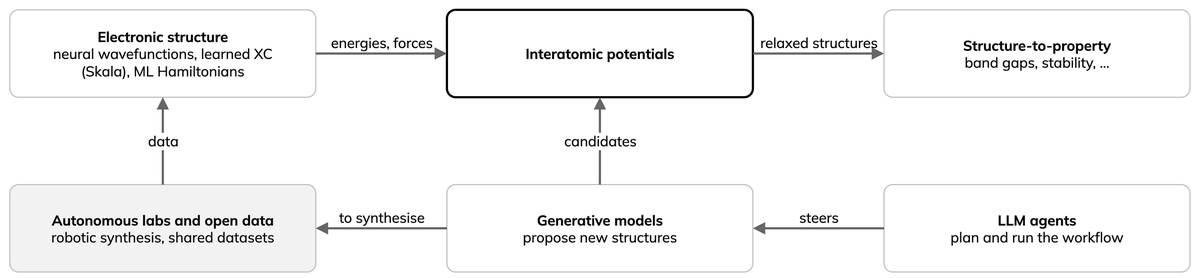
Before: _static/bg-ai-families.drawio.png, a diagram exported from draw.io (ENCCS/mlip-hands-on). Source tidied: cells renumbered, new cells last; positions are measured from the earlier drawing's top-left corner, leaving out a move shared by most shapes.
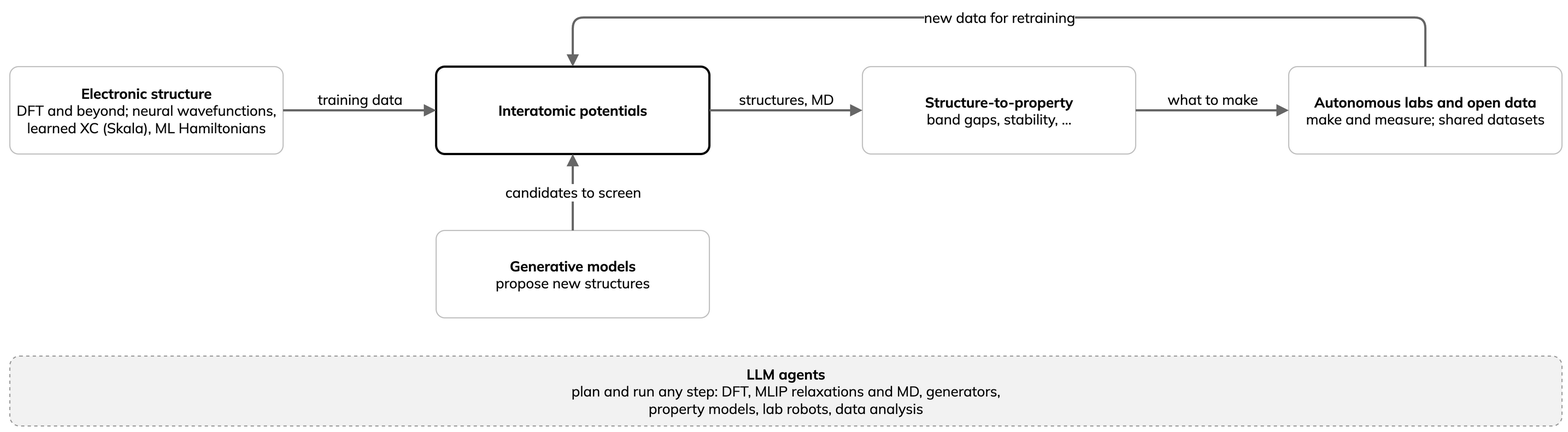
The same file after the commit.

Commit message:
Redraw AI-families flow with agents across all steps

What changed in the source:
```diff
@@ -2,41 +2,43 @@
   <root>
     <mxCell id="0" />
     <mxCell id="1" parent="0" />
-    <mxCell id="2" value="&lt;b&gt;Electronic structure&lt;/b&gt;&lt;br&gt;neural wavefunctions, learned XC&lt;br&gt;(Skala), ML Hamiltonians" style="rounded=1;whiteSpace=wrap;html=1;arcSize=10;fillColor=#FFFFFF;strokeColor=#BFBFBF;fontFamily=Mulish;fontSize=13;fontColor=#000000;" parent="1" vertex="1">
-      <mxGeometry width="280" height="80" as="geometry" />
+    <mxCell id="2" value="&lt;b&gt;Electronic structure&lt;/b&gt;&lt;br&gt;DFT and beyond; neural wavefunctions,&lt;br&gt;learned XC (Skala), ML Hamiltonians" style="rounded=1;whiteSpace=wrap;html=1;arcSize=10;fillColor=#FFFFFF;strokeColor=#BFBFBF;fontFamily=Mulish;fontSize=13;fontColor=#000000;" parent="1" vertex="1">
+      <mxGeometry x="-20" y="-20" width="250" height="80" as="geometry" />
     </mxCell>
     <mxCell id="3" value="&lt;b&gt;Interatomic potentials&lt;/b&gt;" style="rounded=1;whiteSpace=wrap;html=1;arcSize=10;fillColor=#FFFFFF;strokeColor=#000000;strokeWidth=2;fontFamily=Mulish;fontSize=13;fontColor=#000000;" parent="1" vertex="1">
-      <mxGeometry x="400" width="280" height="80" as="geometry" />
+      <mxGeometry x="370" y="-20" width="250" height="80" as="geometry" />
     </mxCell>
     <mxCell id="4" value="&lt;b&gt;Structure-to-property&lt;/b&gt;&lt;br&gt;band gaps, stability, ..." style="rounded=1;whiteSpace=wrap;html=1;arcSize=10;fillColor=#FFFFFF;strokeColor=#BFBFBF;fontFamily=Mulish;fontSize=13;fontColor=#000000;" parent="1" vertex="1">
-      <mxGeometry x="800" width="280" height="80" as="geometry" />
+      <mxGeometry x="760" y="-20" width="250" height="80" as="geometry" />
     </mxCell>
-    <mxCell id="5" value="&lt;b&gt;Autonomous labs and open data&lt;/b&gt;&lt;br&gt;robotic synthesis, shared datasets" style="rounded=1;whiteSpace=wrap;html=1;arcSize=10;fillColor=#F2F2F2;strokeColor=#BFBFBF;fontFamily=Mulish;fontSize=13;fontColor=#000000;" parent="1" vertex="1">
-      <mxGeometry y="160" width="280" height="80" as="geometry" />
-    </mxCell>
+    <mxCell id="14" value="&lt;b&gt;Autonomous labs and open data&lt;/b&gt;&lt;br&gt;make and measure; shared datasets" style="rounded=1;whiteSpace=wrap;html=1;arcSize=10;fillColor=#FFFFFF;strokeColor=#BFBFBF;fontFamily=Mulish;fontSize=13;fontColor=#000000;" parent="1" vertex="1">
+      <mxGeometry x="1150" y="-20" width="250" height="80" as="geometry" />
+    </mxCell>
     <mxCell id="6" value="&lt;b&gt;Generative models&lt;/b&gt;&lt;br&gt;propose new structures" style="rounded=1;whiteSpace=wrap;html=1;arcSize=10;fillColor=#FFFFFF;strokeColor=#BFBFBF;fontFamily=Mulish;fontSize=13;fontColor=#000000;" parent="1" vertex="1">
-      <mxGeometry x="400" y="160" width="280" height="80" as="geometry" />
+      <mxGeometry x="370" y="130" width="250" height="80" as="geometry" />
     </mxCell>
-    <mxCell id="7" value="&lt;b&gt;LLM agents&lt;/b&gt;&lt;br&gt;plan and run the workflow" style="rounded=1;whiteSpace=wrap;html=1;arcSize=10;fillColor=#FFFFFF;strokeColor=#BFBFBF;fontFamily=Mulish;fontSize=13;fontColor=#000000;" parent="1" vertex="1">
-      <mxGeometry x="800" y="160" width="280" height="80" as="geometry" />
+    <mxCell id="7" value="&lt;b&gt;LLM agents&lt;/b&gt;&lt;br&gt;plan and run any step: DFT, MLIP relaxations and MD, generators,&lt;br&gt;property models, lab robots, data analysis" style="rounded=1;whiteSpace=wrap;html=1;arcSize=14;fillColor=#F2F2F2;strokeColor=#999999;dashed=1;fontFamily=Mulish;fontSize=13;fontColor=#000000;" parent="1" vertex="1">
+      <mxGeometry x="-20" y="245" width="1420" height="64" as="geometry" />
     </mxCell>
-    <mxCell id="8" value="energies, forces" style="edgeStyle=none;html=1;endArrow=block;endFill=1;strokeColor=#666666;strokeWidth=2;fontFamily=Mulish;fontSize=13;fontColor=#000000;labelBackgroundColor=#FFFFFF;verticalAlign=bottom;labelBackgroundColor=none;" parent="1" edge="1" source="2" target="3">
+    <mxCell id="8" value="training data" style="html=1;endArrow=block;endFill=1;strokeColor=#666666;strokeWidth=2;labelBackgroundColor=#FFFFFF;fontFamily=Mulish;fontSize=13;fontColor=#000000;verticalAlign=bottom;labelBackgroundColor=none;" parent="1" edge="1" source="2" target="3">
       <mxGeometry relative="1" as="geometry" />
     </mxCell>
-    <mxCell id="9" value="relaxed structures" style="edgeStyle=none;html=1;endArrow=block;endFill=1;strokeColor=#666666;strokeWidth=2;fontFamily=Mulish;fontSize=13;fontColor=#000000;labelBackgroundColor=#FFFFFF;verticalAlign=bottom;labelBackgroundColor=none;" parent="1" edge="1" source="3" target="4">
+    <mxCell id="9" value="structures, MD" style="html=1;endArrow=block;endFill=1;strokeColor=#666666;strokeWidth=2;labelBackgroundColor=#FFFFFF;fontFamily=Mulish;fontSize=13;fontColor=#000000;verticalAlign=bottom;labelBackgroundColor=none;" parent="1" edge="1" source="3" target="4">
       <mxGeometry relative="1" as="geometry" />
     </mxCell>
+    <mxCell id="15" value="what to make" style="html=1;endArrow=block;endFill=1;strokeColor=#666666;strokeWidth=2;labelBackgroundColor=#FFFFFF;fontFamily=Mulish;fontSize=13;fontColor=#000000;verticalAlign=bottom;labelBackgroundColor=none;" parent="1" edge="1" source="4" target="14">
+      <mxGeometry relative="1" as="geometry" />
+    </mxCell>
-    <mxCell id="10" value="candidates" style="edgeStyle=none;html=1;endArrow=block;endFill=1;strokeColor=#666666;strokeWidth=2;fontFamily=Mulish;fontSize=13;fontColor=#000000;labelBackgroundColor=#FFFFFF;" parent="1" edge="1" source="6" target="3">
+    <mxCell id="10" value="candidates to screen" style="html=1;endArrow=block;endFill=1;strokeColor=#666666;strokeWidth=2;labelBackgroundColor=#FFFFFF;fontFamily=Mulish;fontSize=13;fontColor=#000000;" parent="1" edge="1" source="6" target="3">
       <mxGeometry relative="1" as="geometry" />
     </mxCell>
-    <mxCell id="11" value="data" style="edgeStyle=none;html=1;endArrow=block;endFill=1;strokeColor=#666666;strokeWidth=2;fontFamily=Mulish;fontSize=13;fontColor=#000000;labelBackgroundColor=#FFFFFF;" parent="1" edge="1" source="5" target="2">
-      <mxGeometry relative="1" as="geometry" />
-    </mxCell>
-    <mxCell id="12" value="steers" style="edgeStyle=none;html=1;endArrow=block;endFill=1;strokeColor=#666666;strokeWidth=2;fontFamily=Mulish;fontSize=13;fontColor=#000000;labelBackgroundColor=#FFFFFF;verticalAlign=bottom;labelBackgroundColor=none;" parent="1" edge="1" source="7" target="6">
-      <mxGeometry relative="1" as="geometry" />
-    </mxCell>
-    <mxCell id="13" value="to synthesise" style="edgeStyle=none;html=1;endArrow=block;endFill=1;strokeColor=#666666;strokeWidth=2;fontFamily=Mulish;fontSize=13;fontColor=#000000;labelBackgroundColor=#FFFFFF;verticalAlign=bottom;labelBackgroundColor=none;exitX=0;exitY=0.5;entryX=1;entryY=0.5;" parent="1" edge="1" source="6" target="5">
-      <mxGeometry relative="1" as="geometry" />
-    </mxCell>
+    <mxCell id="16" value="new data for retraining" style="html=1;endArrow=block;endFill=1;strokeColor=#666666;strokeWidth=2;labelBackgroundColor=#FFFFFF;fontFamily=Mulish;fontSize=13;fontColor=#000000;edgeStyle=orthogonalEdgeStyle;exitX=0.5;exitY=0;entryX=0.5;entryY=0;" parent="1" edge="1" source="14" target="3">
+      <mxGeometry relative="1" as="geometry">
+        <Array as="points">
+          <mxPoint x="1275" y="-65" />
+          <mxPoint x="495" y="-65" />
+        </Array>
+      </mxGeometry>
+    </mxCell>
   </root>
 </mxGraphModel>
```
